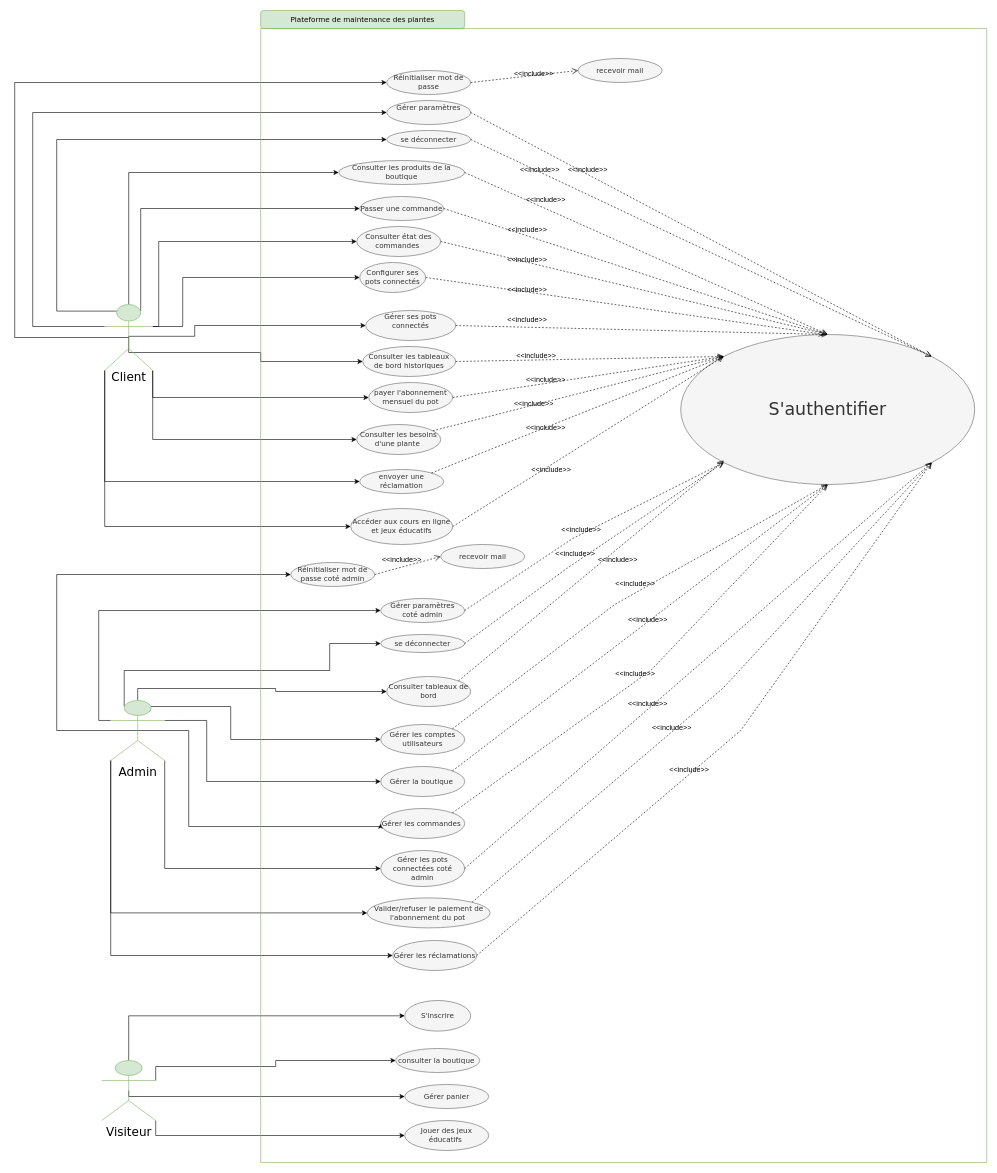
Above: Diagramme use case GLOBAL.drawio in oussema1-hub/Rapport-Conception (draw.io), before the change. Source tidied: cells renumbered, new cells numbered last; positions are measured from the earlier drawing's top-left corner, leaving out a move shared by most shapes. Both pictures are drawn from the tidied source at 60%, with x=0, y=0 at pixel (14, 10).
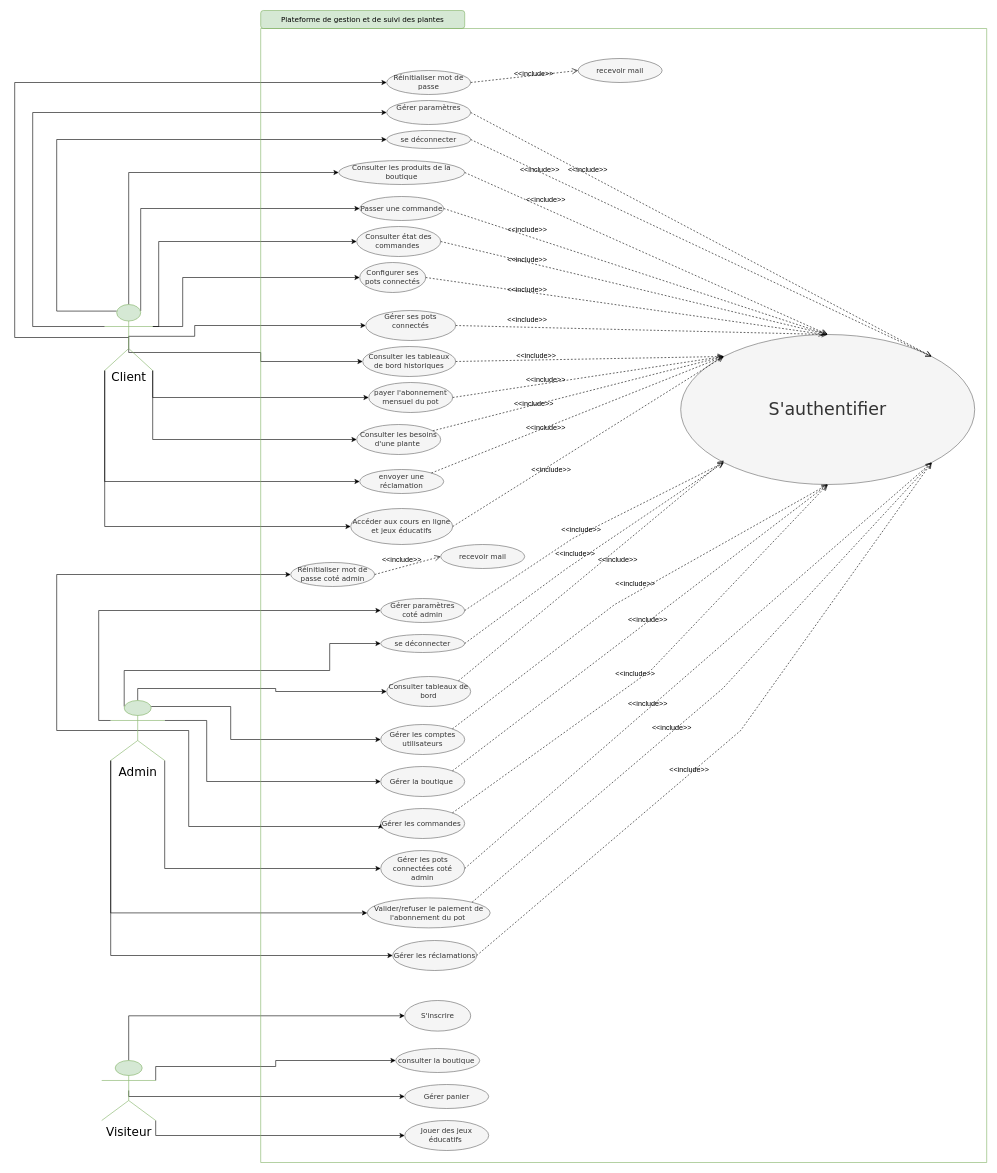
The same page after the edit.

What changed in the source:
```diff
@@
-    <mxCell id="36" value="&lt;font face=&quot;Verdana&quot;&gt;Plateforme de maintenance des plantes&lt;/font&gt;" style="rounded=1;whiteSpace=wrap;html=1;fillColor=#d5e8d4;strokeColor=#82b366;" parent="1" vertex="1">
+    <mxCell id="36" value="&lt;font face=&quot;Verdana&quot;&gt;Plateforme de gestion et de suivi des plantes&lt;/font&gt;" style="rounded=1;whiteSpace=wrap;html=1;fillColor=#d5e8d4;strokeColor=#82b366;" parent="1" vertex="1">
       <mxGeometry x="410" width="340" height="30" as="geometry" />
     </mxCell>
```
